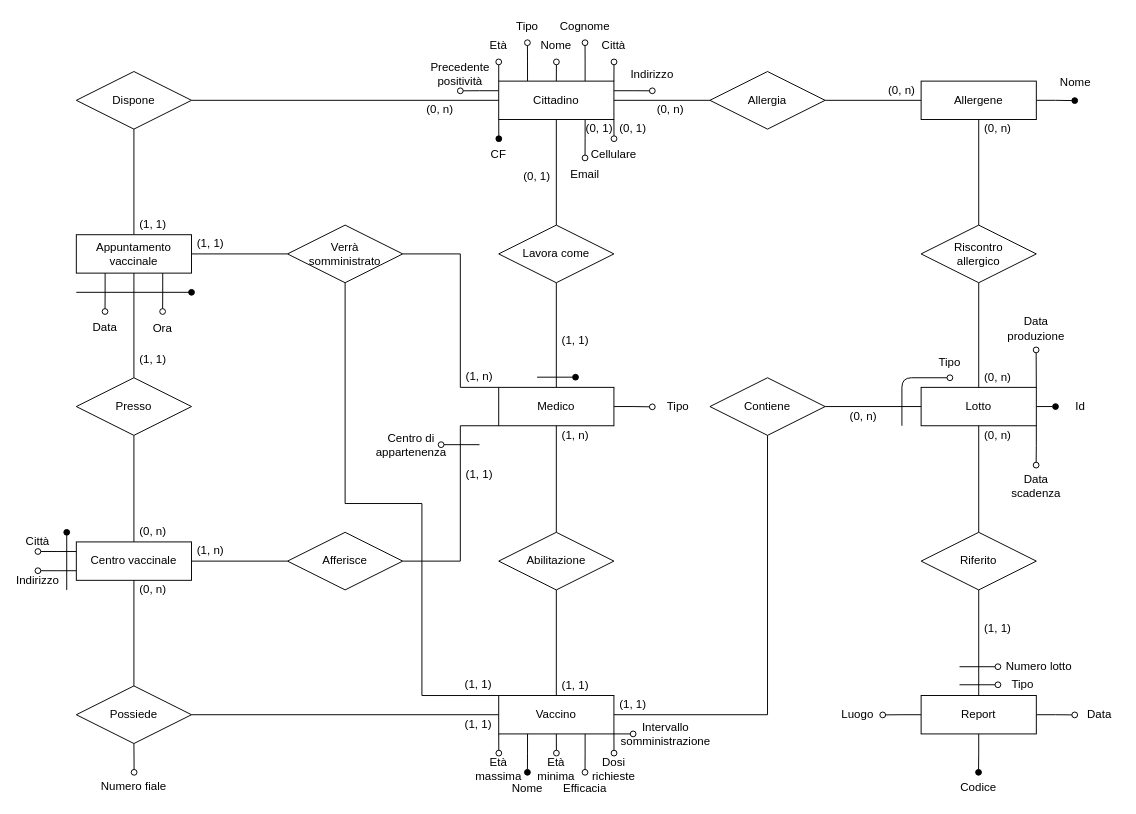
Before: page "ER-ristrutturato_v2" (4 of 8) of ER.drawio in TheFlonet/DB, a draw.io diagram. Source tidied: cells renumbered, new cells numbered last; positions are measured from the earlier drawing's top-left corner, leaving out a move shared by most shapes. Both pictures are drawn from the tidied source at 96%, with x=0, y=0 at pixel (18, 16).
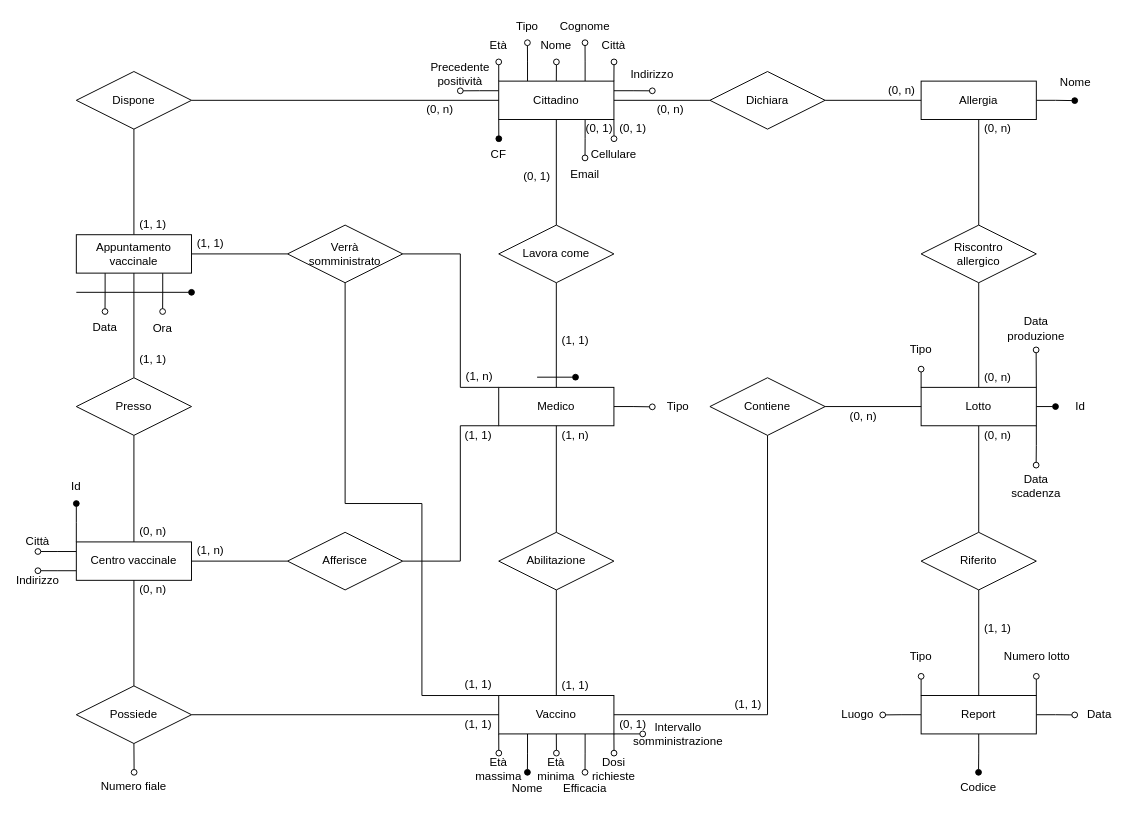
The same diagram, later.

The change refers to these unchanged cells:
```xml
<mxCell id="5" value="Report" style="whiteSpace=wrap;html=1;align=center;" parent="1" vertex="1">
  <mxGeometry x="940" y="707" width="120" height="40" as="geometry" />
</mxCell>
<mxCell id="13" value="Lotto" style="whiteSpace=wrap;html=1;align=center;" parent="1" vertex="1">
  <mxGeometry x="940" y="386" width="120" height="40" as="geometry" />
</mxCell>
<mxCell id="38" value="Vaccino" style="whiteSpace=wrap;html=1;align=center;" parent="1" vertex="1">
  <mxGeometry x="500" y="707" width="120" height="40" as="geometry" />
</mxCell>
<mxCell id="42" value="Centro vaccinale" style="whiteSpace=wrap;html=1;align=center;" parent="1" vertex="1">
  <mxGeometry x="60" y="547" width="120" height="40" as="geometry" />
</mxCell>
```

Diff of the diagram source:
```diff
@@
+    <mxCell id="138" style="edgeStyle=orthogonalEdgeStyle;rounded=0;jettySize=auto;html=1;exitX=0;exitY=0;exitDx=0;exitDy=0;endArrow=oval;endFill=0;" parent="1" edge="1" source="5">
+      <mxGeometry relative="1" as="geometry">
+        <mxPoint x="940" y="687" as="targetPoint" />
+      </mxGeometry>
+    </mxCell>
+    <mxCell id="139" style="edgeStyle=orthogonalEdgeStyle;rounded=0;jettySize=auto;html=1;exitX=1;exitY=0;exitDx=0;exitDy=0;endArrow=oval;endFill=0;" parent="1" edge="1" source="5">
+      <mxGeometry relative="1" as="geometry">
+        <mxPoint x="1060" y="687" as="targetPoint" />
+      </mxGeometry>
+    </mxCell>
@@
-    <mxCell id="8" value="Allergene" style="whiteSpace=wrap;html=1;align=center;" parent="1" vertex="1">
+    <mxCell id="8" value="Allergia" style="whiteSpace=wrap;html=1;align=center;" parent="1" vertex="1">
       <mxGeometry x="940" y="67" width="120" height="40" as="geometry" />
     </mxCell>
@@
+    <mxCell id="140" style="edgeStyle=orthogonalEdgeStyle;rounded=0;jettySize=auto;html=1;exitX=0;exitY=0;exitDx=0;exitDy=0;endArrow=oval;endFill=0;" parent="1" edge="1" source="13">
+      <mxGeometry relative="1" as="geometry">
+        <mxPoint x="940" y="367" as="targetPoint" />
+      </mxGeometry>
+    </mxCell>
@@
     <mxCell id="37" style="edgeStyle=orthogonalEdgeStyle;rounded=0;jettySize=auto;html=1;exitX=1;exitY=1;exitDx=0;exitDy=0;endArrow=oval;endFill=0;" parent="1" edge="1" source="38">
       <mxGeometry relative="1" as="geometry">
-        <mxPoint x="640" y="747" as="targetPoint" />
+        <mxPoint x="650" y="747" as="targetPoint" />
       </mxGeometry>
     </mxCell>
@@
+    <mxCell id="141" style="edgeStyle=orthogonalEdgeStyle;rounded=0;jettySize=auto;html=1;exitX=0;exitY=0;exitDx=0;exitDy=0;endArrow=oval;endFill=1;" parent="1" edge="1" source="42">
+      <mxGeometry relative="1" as="geometry">
+        <mxPoint x="60" y="507" as="targetPoint" />
+      </mxGeometry>
+    </mxCell>
@@
-    <mxCell id="72" value="Allergia" style="shape=rhombus;perimeter=rhombusPerimeter;whiteSpace=wrap;html=1;align=center;" parent="1" vertex="1">
+    <mxCell id="72" value="Dichiara" style="shape=rhombus;perimeter=rhombusPerimeter;whiteSpace=wrap;html=1;align=center;" parent="1" vertex="1">
       <mxGeometry x="720" y="57" width="120" height="60" as="geometry" />
     </mxCell>
@@
     <mxCell id="88" value="Intervallo somministrazione" style="text;html=1;strokeColor=none;fillColor=none;align=center;verticalAlign=middle;whiteSpace=wrap;rounded=0;" parent="1" vertex="1">
-      <mxGeometry x="654" y="737" width="40" height="20" as="geometry" />
+      <mxGeometry x="667" y="737" width="40" height="20" as="geometry" />
     </mxCell>
@@
     <mxCell id="95" value="(1, 1)" style="text;html=1;strokeColor=none;fillColor=none;align=center;verticalAlign=middle;whiteSpace=wrap;rounded=0;" parent="1" vertex="1">
-      <mxGeometry x="620" y="706" width="40" height="20" as="geometry" />
+      <mxGeometry x="740" y="707" width="40" height="20" as="geometry" />
     </mxCell>
@@
-    <mxCell id="105" style="endArrow=oval;html=1;endFill=0;" parent="1" edge="1">
-      <mxGeometry relative="1" as="geometry">
-        <mxPoint x="920" y="426" as="sourcePoint" />
-        <mxPoint x="970" y="376" as="targetPoint" />
-        <Array as="points">
-          <mxPoint x="920" y="376" />
-        </Array>
-      </mxGeometry>
-    </mxCell>
     <mxCell id="106" value="Tipo" style="text;html=1;strokeColor=none;fillColor=none;align=center;verticalAlign=middle;whiteSpace=wrap;rounded=0;" parent="1" vertex="1">
-      <mxGeometry x="950" y="350" width="40" height="20" as="geometry" />
+      <mxGeometry x="920" y="337" width="40" height="20" as="geometry" />
     </mxCell>
@@
-    <mxCell id="110" style="endArrow=oval;html=1;endFill=0;" parent="1" edge="1">
-      <mxGeometry relative="1" as="geometry">
-        <mxPoint x="980" y="695.8" as="sourcePoint" />
-        <mxPoint x="1020" y="695.8" as="targetPoint" />
-      </mxGeometry>
-    </mxCell>
-    <mxCell id="111" style="endArrow=oval;html=1;endFill=0;" parent="1" edge="1">
-      <mxGeometry relative="1" as="geometry">
-        <mxPoint x="980" y="677" as="sourcePoint" />
-        <mxPoint x="1020" y="677" as="targetPoint" />
-      </mxGeometry>
-    </mxCell>
@@
     <mxCell id="115" value="Tipo" style="text;html=1;strokeColor=none;fillColor=none;align=center;verticalAlign=middle;whiteSpace=wrap;rounded=0;" parent="1" vertex="1">
-      <mxGeometry x="1026" y="686" width="40" height="20" as="geometry" />
+      <mxGeometry x="920" y="657" width="40" height="20" as="geometry" />
     </mxCell>
     <mxCell id="116" value="Numero lotto" style="text;html=1;strokeColor=none;fillColor=none;align=center;verticalAlign=middle;whiteSpace=wrap;rounded=0;" parent="1" vertex="1">
-      <mxGeometry x="1026" y="667" width="74" height="20" as="geometry" />
+      <mxGeometry x="1024" y="657" width="74" height="20" as="geometry" />
     </mxCell>
@@
     <mxCell id="121" value="(1, 1)" style="text;html=1;strokeColor=none;fillColor=none;align=center;verticalAlign=middle;whiteSpace=wrap;rounded=0;" parent="1" vertex="1">
-      <mxGeometry x="460" y="467" width="40" height="20" as="geometry" />
+      <mxGeometry x="459" y="426" width="40" height="20" as="geometry" />
     </mxCell>
@@
-    <mxCell id="124" style="endArrow=oval;html=1;endFill=0;" parent="1" edge="1">
-      <mxGeometry relative="1" as="geometry">
-        <mxPoint x="480" y="445.7" as="sourcePoint" />
-        <mxPoint x="440" y="445.7" as="targetPoint" />
-      </mxGeometry>
-    </mxCell>
-    <mxCell id="125" value="Centro di appartenenza" style="text;html=1;strokeColor=none;fillColor=none;align=center;verticalAlign=middle;whiteSpace=wrap;rounded=0;" parent="1" vertex="1">
-      <mxGeometry x="389" y="436" width="40" height="20" as="geometry" />
-    </mxCell>
@@
-    <mxCell id="128" style="endArrow=oval;html=1;endFill=1;" parent="1" edge="1">
-      <mxGeometry relative="1" as="geometry">
-        <mxPoint x="50" y="597" as="sourcePoint" />
-        <mxPoint x="50" y="537" as="targetPoint" />
-      </mxGeometry>
-    </mxCell>
@@
+    <mxCell id="142" value="(0, 1)" style="text;html=1;strokeColor=none;fillColor=none;align=center;verticalAlign=middle;whiteSpace=wrap;rounded=0;" parent="1" vertex="1">
+      <mxGeometry x="620" y="727" width="40" height="20" as="geometry" />
+    </mxCell>
+    <mxCell id="143" value="Id" style="text;html=1;strokeColor=none;fillColor=none;align=center;verticalAlign=middle;whiteSpace=wrap;rounded=0;" parent="1" vertex="1">
+      <mxGeometry x="40" y="479" width="40" height="20" as="geometry" />
+    </mxCell>
```
